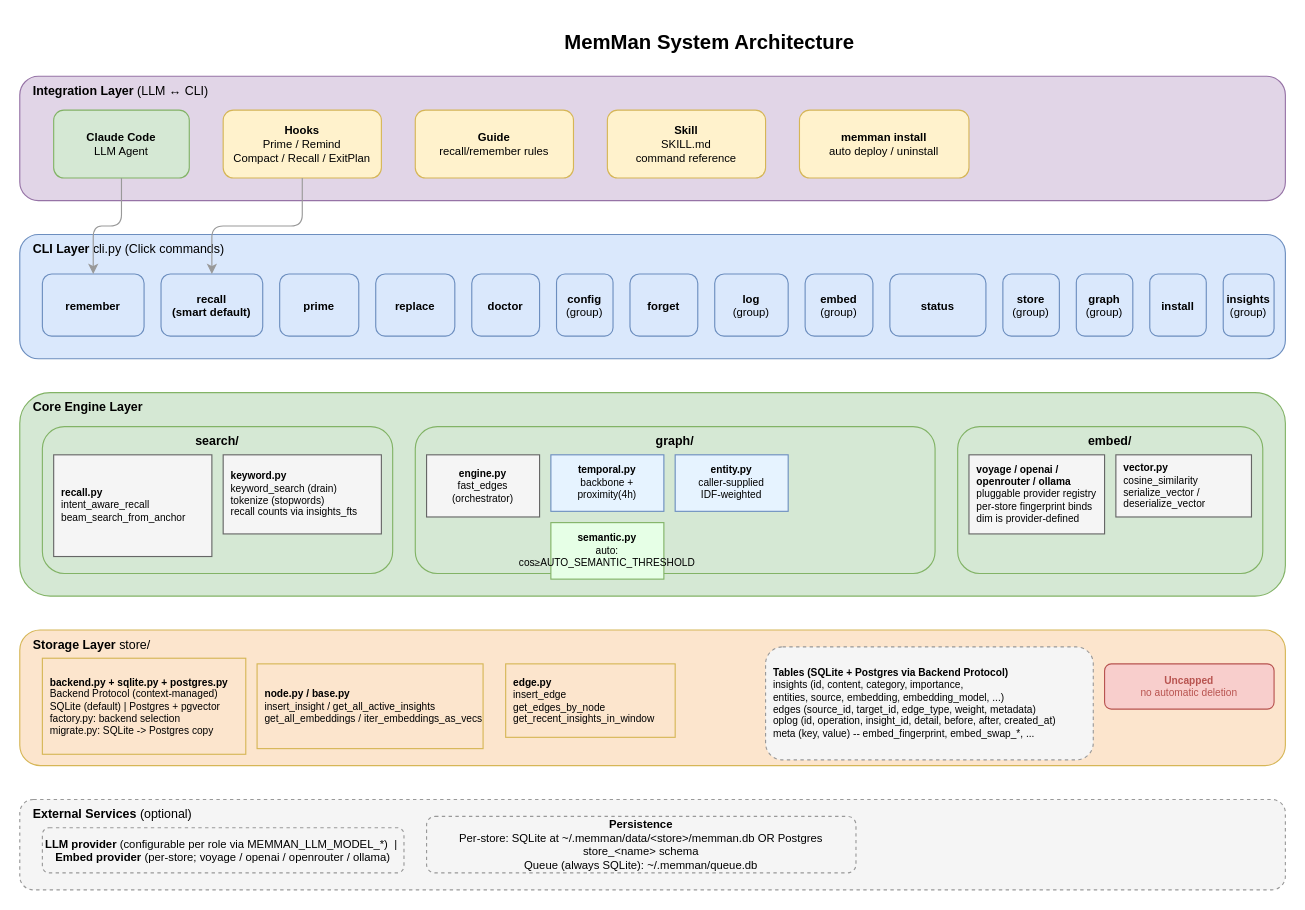
bissli/memman keeps this draw.io diagram as docs/diagrams/01-system-architecture.drawio. Above is the earlier version. Source tidied: cells renumbered, new cells numbered last; positions are measured from the earlier drawing's top-left corner, leaving out a move shared by most shapes. Both pictures are drawn from the tidied source at 113%, with x=0, y=0 at pixel (19, 19).
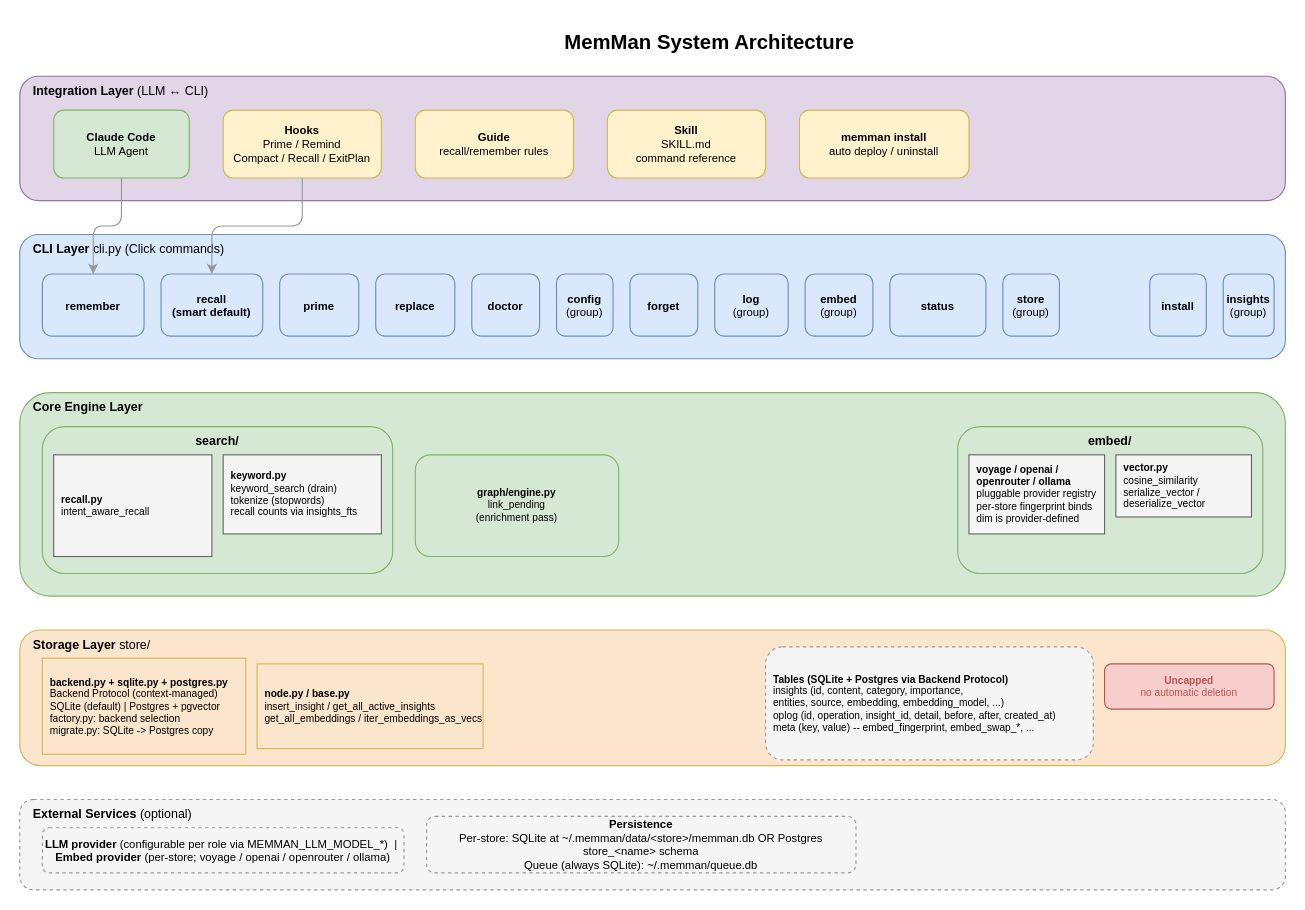
The same diagram, later.

Diff of the diagram source:
```diff
@@
-    <mxCell id="21" value="&lt;b&gt;graph&lt;/b&gt;&lt;br&gt;(group)" style="rounded=1;whiteSpace=wrap;html=1;fillColor=#dae8fc;strokeColor=#6c8ebf;fontSize=10;" parent="1" vertex="1">
-      <mxGeometry x="935" y="225" width="50" height="55" as="geometry" />
-    </mxCell>
@@
-    <mxCell id="26" value="&lt;b&gt;recall.py&lt;/b&gt;&lt;br&gt;intent_aware_recall&lt;br&gt;beam_search_from_anchor" style="rounded=0;whiteSpace=wrap;html=1;fontSize=9;fillColor=#f5f5f5;strokeColor=#666666;align=left;spacingLeft=5;" parent="1" vertex="1">
+    <mxCell id="26" value="&lt;b&gt;recall.py&lt;/b&gt;&lt;br&gt;intent_aware_recall" style="rounded=0;whiteSpace=wrap;html=1;fontSize=9;fillColor=#f5f5f5;strokeColor=#666666;align=left;spacingLeft=5;" parent="1" vertex="1">
       <mxGeometry x="30" y="385" width="140" height="90" as="geometry" />
     </mxCell>
@@
-    <mxCell id="28" value="&lt;b&gt;graph/&lt;/b&gt;" style="rounded=1;whiteSpace=wrap;html=1;fillColor=#d5e8d4;strokeColor=#82b366;verticalAlign=top;fontSize=11;fontStyle=1;" parent="1" vertex="1">
-      <mxGeometry x="350" y="360" width="460" height="130" as="geometry" />
-    </mxCell>
-    <mxCell id="29" value="&lt;b&gt;engine.py&lt;/b&gt;&lt;br&gt;fast_edges&lt;br&gt;(orchestrator)" style="rounded=0;whiteSpace=wrap;html=1;fontSize=9;fillColor=#f5f5f5;strokeColor=#666666;" parent="1" vertex="1">
-      <mxGeometry x="360" y="385" width="100" height="55" as="geometry" />
+    <mxCell id="29" value="&lt;b&gt;graph/engine.py&lt;/b&gt;&lt;br&gt;link_pending&lt;br&gt;(enrichment pass)" style="rounded=1;whiteSpace=wrap;html=1;fillColor=#d5e8d4;strokeColor=#82b366;fontSize=9;" parent="1" vertex="1">
+      <mxGeometry x="350" y="385" width="180" height="90" as="geometry" />
     </mxCell>
-    <mxCell id="30" value="&lt;b&gt;temporal.py&lt;/b&gt;&lt;br&gt;backbone +&lt;br&gt;proximity(4h)" style="rounded=0;whiteSpace=wrap;html=1;fontSize=9;fillColor=#E6F3FF;strokeColor=#6c8ebf;" parent="1" vertex="1">
-      <mxGeometry x="470" y="385" width="100" height="50" as="geometry" />
-    </mxCell>
-    <mxCell id="31" value="&lt;b&gt;entity.py&lt;/b&gt;&lt;br&gt;caller-supplied&lt;br&gt;IDF-weighted" style="rounded=0;whiteSpace=wrap;html=1;fontSize=9;fillColor=#E6F3FF;strokeColor=#6c8ebf;" parent="1" vertex="1">
-      <mxGeometry x="580" y="385" width="100" height="50" as="geometry" />
-    </mxCell>
-    <mxCell id="32" value="&lt;b&gt;semantic.py&lt;/b&gt;&lt;br&gt;auto: cos≥AUTO_SEMANTIC_THRESHOLD" style="rounded=0;whiteSpace=wrap;html=1;fontSize=9;fillColor=#E6FFE6;strokeColor=#82b366;" parent="1" vertex="1">
-      <mxGeometry x="470" y="445" width="100" height="50" as="geometry" />
-    </mxCell>
@@
-    <mxCell id="39" value="&lt;b&gt;edge.py&lt;/b&gt;&lt;br&gt;insert_edge&lt;br&gt;get_edges_by_node&lt;br&gt;get_recent_insights_in_window" style="rounded=0;whiteSpace=wrap;html=1;fontSize=9;fillColor=#fce5cd;strokeColor=#d6b656;align=left;spacingLeft=5;" parent="1" vertex="1">
-      <mxGeometry x="430" y="570" width="150" height="65" as="geometry" />
-    </mxCell>
-    <mxCell id="40" value="&lt;b&gt;Tables (SQLite + Postgres via Backend Protocol)&lt;/b&gt;&lt;br&gt;insights (id, content, category, importance,&lt;br&gt;  entities, source, embedding, embedding_model, ...)&lt;br&gt;edges (source_id, target_id, edge_type, weight, metadata)&lt;br&gt;oplog (id, operation, insight_id, detail, before, after, created_at)&lt;br&gt;meta (key, value)  -- embed_fingerprint, embed_swap_*, ..." style="rounded=1;whiteSpace=wrap;html=1;fontSize=9;fillColor=#f5f5f5;strokeColor=#999999;align=left;spacingLeft=5;dashed=1;" parent="1" vertex="1">
+    <mxCell id="40" value="&lt;b&gt;Tables (SQLite + Postgres via Backend Protocol)&lt;/b&gt;&lt;br&gt;insights (id, content, category, importance,&lt;br&gt;  entities, source, embedding, embedding_model, ...)&lt;br&gt;oplog (id, operation, insight_id, detail, before, after, created_at)&lt;br&gt;meta (key, value)  -- embed_fingerprint, embed_swap_*, ..." style="rounded=1;whiteSpace=wrap;html=1;fontSize=9;fillColor=#f5f5f5;strokeColor=#999999;align=left;spacingLeft=5;dashed=1;" parent="1" vertex="1">
       <mxGeometry x="660" y="555" width="290" height="100" as="geometry" />
     </mxCell>
```
